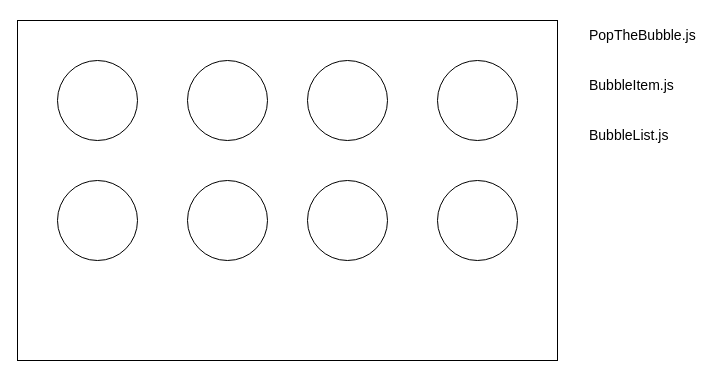
Before: pop-the-bubble.drawio in suefrontend/study-plan, a draw.io diagram. Source tidied: cells renumbered, new cells numbered last; positions are measured from the earlier drawing's top-left corner, leaving out a move shared by most shapes. Both pictures are drawn from the tidied source at 100%, with x=0, y=0 at pixel (17, 20).
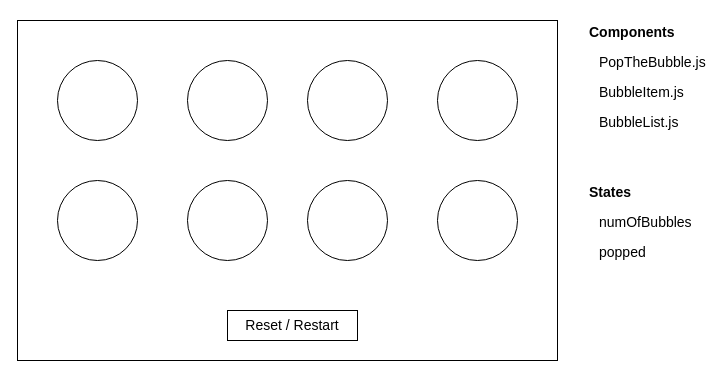
After the change.

Change to the diagram source:
```diff
@@
 <mxGraphModel>
   <root>
     <mxCell id="0" />
     <mxCell id="1" parent="0" />
     <mxCell id="2" style="rounded=0;whiteSpace=wrap;html=1;" parent="1" vertex="1">
       <mxGeometry width="540" height="340" as="geometry" />
     </mxCell>
     <mxCell id="3" style="ellipse;whiteSpace=wrap;html=1;" parent="1" vertex="1">
       <mxGeometry x="40" y="40" width="80" height="80" as="geometry" />
     </mxCell>
     <mxCell id="4" style="ellipse;whiteSpace=wrap;html=1;" parent="1" vertex="1">
       <mxGeometry x="40" y="160" width="80" height="80" as="geometry" />
     </mxCell>
     <mxCell id="5" style="ellipse;whiteSpace=wrap;html=1;" parent="1" vertex="1">
       <mxGeometry x="170" y="40" width="80" height="80" as="geometry" />
     </mxCell>
     <mxCell id="6" style="ellipse;whiteSpace=wrap;html=1;" parent="1" vertex="1">
       <mxGeometry x="170" y="160" width="80" height="80" as="geometry" />
     </mxCell>
     <mxCell id="7" style="ellipse;whiteSpace=wrap;html=1;" parent="1" vertex="1">
       <mxGeometry x="290" y="40" width="80" height="80" as="geometry" />
     </mxCell>
     <mxCell id="8" style="ellipse;whiteSpace=wrap;html=1;" parent="1" vertex="1">
       <mxGeometry x="290" y="160" width="80" height="80" as="geometry" />
     </mxCell>
     <mxCell id="9" style="ellipse;whiteSpace=wrap;html=1;" parent="1" vertex="1">
       <mxGeometry x="420" y="40" width="80" height="80" as="geometry" />
     </mxCell>
     <mxCell id="10" style="ellipse;whiteSpace=wrap;html=1;" parent="1" vertex="1">
       <mxGeometry x="420" y="160" width="80" height="80" as="geometry" />
     </mxCell>
     <mxCell id="11" value="BubbleItem.js" style="text;html=1;strokeColor=none;fillColor=none;align=left;verticalAlign=top;whiteSpace=wrap;rounded=0;fontSize=14;" parent="1" vertex="1">
-      <mxGeometry x="570" y="50" width="110" height="40" as="geometry" />
+      <mxGeometry x="580" y="57" width="110" height="40" as="geometry" />
     </mxCell>
     <mxCell id="12" value="BubbleList.js" style="text;html=1;strokeColor=none;fillColor=none;align=left;verticalAlign=top;whiteSpace=wrap;rounded=0;fontSize=14;" parent="1" vertex="1">
-      <mxGeometry x="570" y="100" width="110" height="40" as="geometry" />
+      <mxGeometry x="580" y="87" width="110" height="40" as="geometry" />
     </mxCell>
     <mxCell id="13" value="PopTheBubble.js" style="text;html=1;strokeColor=none;fillColor=none;align=left;verticalAlign=top;whiteSpace=wrap;rounded=0;fontSize=14;" parent="1" vertex="1">
-      <mxGeometry x="570" width="110" height="40" as="geometry" />
+      <mxGeometry x="580" y="27" width="110" height="40" as="geometry" />
     </mxCell>
+    <mxCell id="14" value="Reset / Restart" style="text;html=1;strokeColor=default;fillColor=none;align=center;verticalAlign=middle;whiteSpace=wrap;rounded=0;fontSize=14;" parent="1" vertex="1">
+      <mxGeometry x="210" y="290" width="130" height="30" as="geometry" />
+    </mxCell>
+    <mxCell id="15" value="Components" style="text;html=1;strokeColor=none;fillColor=none;align=left;verticalAlign=top;whiteSpace=wrap;rounded=0;fontSize=14;fontStyle=1;" parent="1" vertex="1">
+      <mxGeometry x="570" y="-3" width="110" height="40" as="geometry" />
+    </mxCell>
+    <mxCell id="16" value="States" style="text;html=1;strokeColor=none;fillColor=none;align=left;verticalAlign=top;whiteSpace=wrap;rounded=0;fontSize=14;fontStyle=1;" parent="1" vertex="1">
+      <mxGeometry x="570" y="157" width="110" height="40" as="geometry" />
+    </mxCell>
+    <mxCell id="17" value="numOfBubbles" style="text;html=1;strokeColor=none;fillColor=none;align=left;verticalAlign=top;whiteSpace=wrap;rounded=0;fontSize=14;" parent="1" vertex="1">
+      <mxGeometry x="580" y="187" width="110" height="40" as="geometry" />
+    </mxCell>
+    <mxCell id="18" value="popped" style="text;html=1;strokeColor=none;fillColor=none;align=left;verticalAlign=top;whiteSpace=wrap;rounded=0;fontSize=14;" parent="1" vertex="1">
+      <mxGeometry x="580" y="217" width="110" height="40" as="geometry" />
+    </mxCell>
   </root>
 </mxGraphModel>
```
